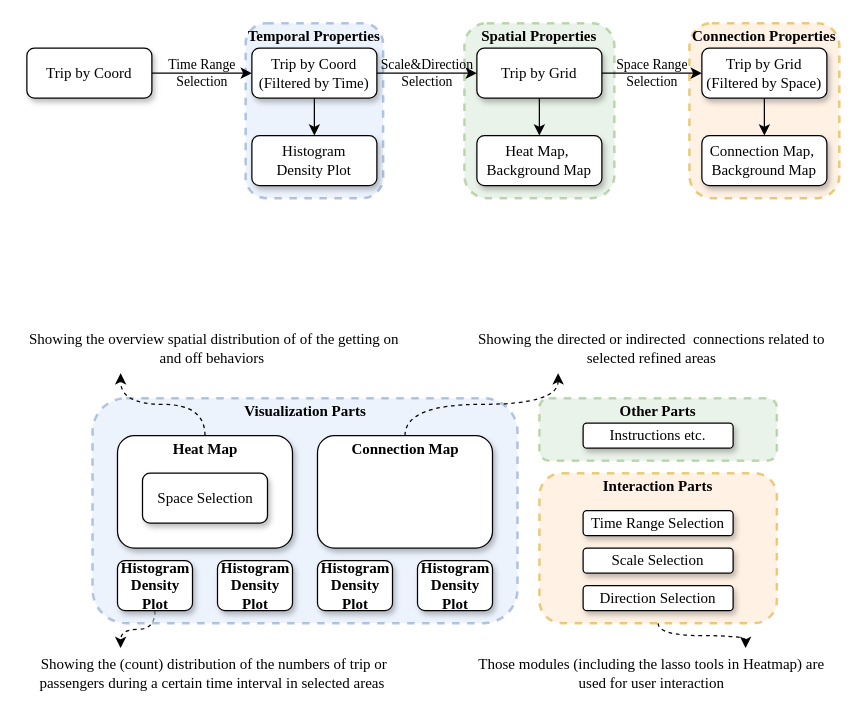
GongSicong/DataVisualization keeps this draw.io diagram as Visualization.drawio. Above is the earlier version. Source tidied: cells renumbered, new cells numbered last; positions are measured from the earlier drawing's top-left corner, leaving out a move shared by most shapes. Both pictures are drawn from the tidied source at 125%, with x=0, y=0 at pixel (26, 22).
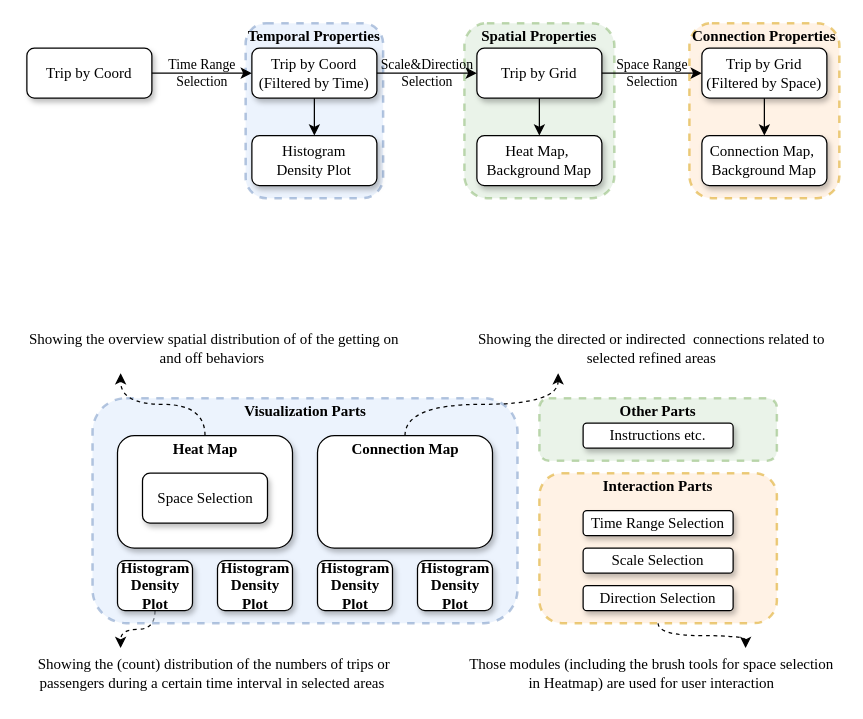
The same diagram, later.

Diff of the diagram source:
```diff
@@
-    <mxCell id="2" value="Those modules (including the lasso tools in Heatmap) are used for user interaction" style="text;html=1;strokeColor=none;fillColor=none;align=center;verticalAlign=middle;whiteSpace=wrap;rounded=0;fontFamily=Times New Roman;" parent="1" vertex="1">
+    <mxCell id="2" value="Those modules (including the brush tools for space selection in Heatmap) are used for user interaction" style="text;html=1;strokeColor=none;fillColor=none;align=center;verticalAlign=middle;whiteSpace=wrap;rounded=0;fontFamily=Times New Roman;" parent="1" vertex="1">
       <mxGeometry x="350" y="500" width="300" height="40" as="geometry" />
     </mxCell>
@@
-    <mxCell id="4" value="&lt;font&gt;Showing the (count) distribution of the numbers of trip or passengers during a certain time interval in selected areas&amp;nbsp;&lt;/font&gt;" style="text;html=1;strokeColor=none;fillColor=none;align=center;verticalAlign=middle;whiteSpace=wrap;rounded=0;fontFamily=Times New Roman;" parent="1" vertex="1">
+    <mxCell id="4" value="&lt;font&gt;Showing the (count) distribution of the numbers of trips or passengers during a certain time interval in selected areas&amp;nbsp;&lt;/font&gt;" style="text;html=1;strokeColor=none;fillColor=none;align=center;verticalAlign=middle;whiteSpace=wrap;rounded=0;fontFamily=Times New Roman;" parent="1" vertex="1">
       <mxGeometry y="500" width="300" height="40" as="geometry" />
     </mxCell>
```
